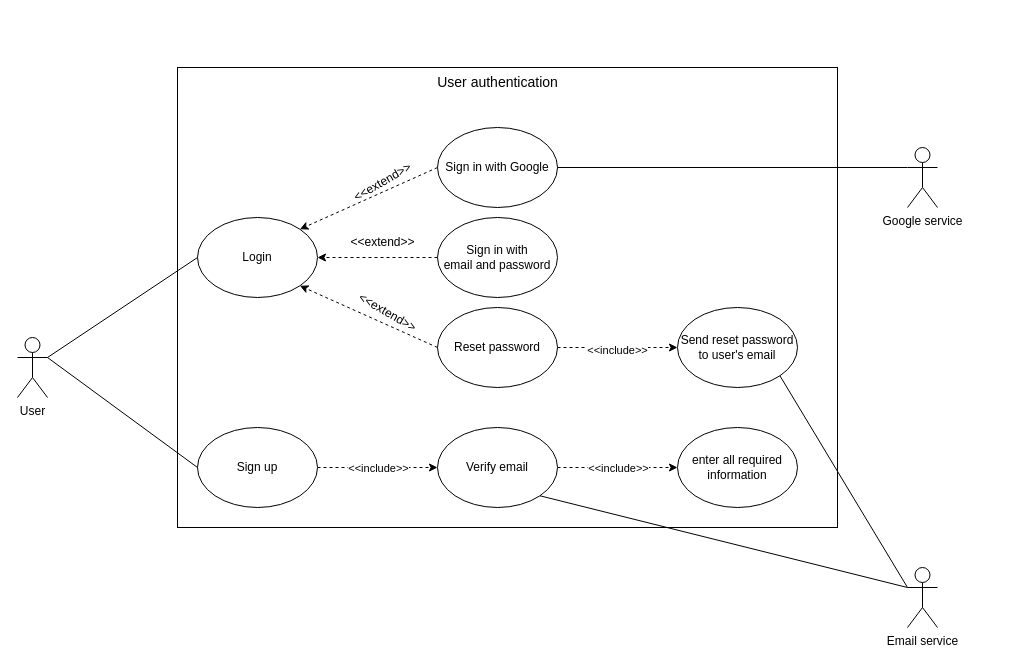
Before: system-design/user-management/user-create-account/user-management.drawio in PhoenixWK/Payap, a draw.io diagram. Source tidied: cells renumbered, new cells numbered last; positions are measured from the earlier drawing's top-left corner, leaving out a move shared by most shapes. Both pictures are drawn from the tidied source at 100%, with x=0, y=0 at pixel (17, 67).
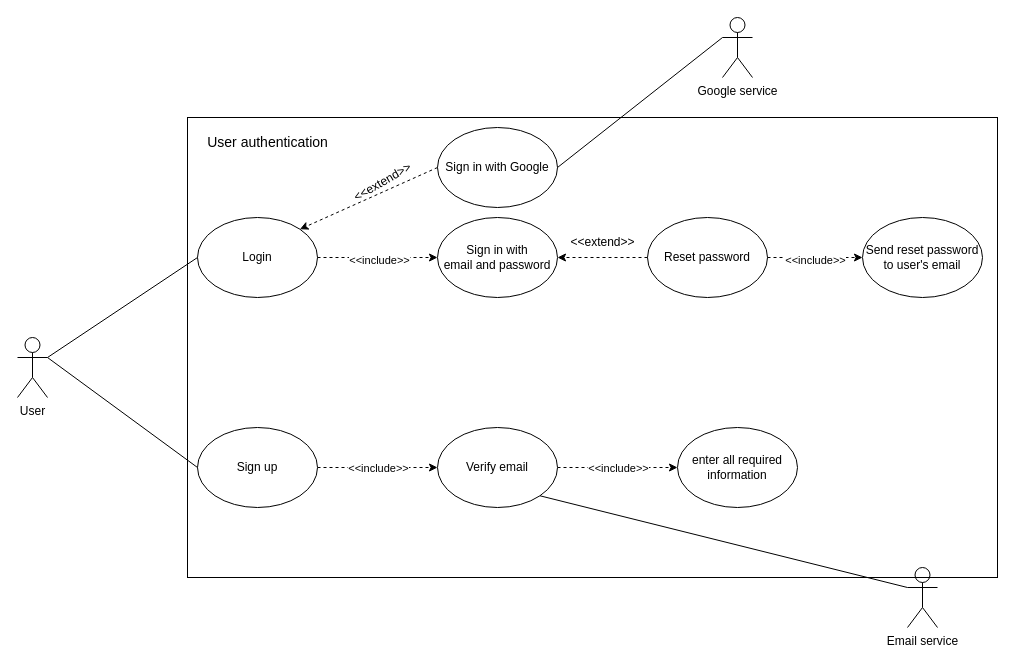
After the change.

The change refers to these unchanged cells:
```xml
<mxCell id="3" value="Login" style="ellipse;whiteSpace=wrap;html=1;" parent="1" vertex="1">
  <mxGeometry x="180" y="150" width="120" height="80" as="geometry" />
</mxCell>
<mxCell id="8" value="Sign in with&lt;div&gt;email and password&lt;/div&gt;" style="ellipse;whiteSpace=wrap;html=1;" parent="1" vertex="1">
  <mxGeometry x="420" y="150" width="120" height="80" as="geometry" />
</mxCell>
<mxCell id="27" value="Email service" style="shape=umlActor;verticalLabelPosition=bottom;verticalAlign=top;html=1;outlineConnect=0;" parent="1" vertex="1">
  <mxGeometry x="890" y="500" width="30" height="60" as="geometry" />
</mxCell>
```

What changed in the source:
```diff
@@
     <mxCell id="9" value="Reset password" style="ellipse;whiteSpace=wrap;html=1;" parent="1" vertex="1">
-      <mxGeometry x="420" y="240" width="120" height="80" as="geometry" />
+      <mxGeometry x="630" y="150" width="120" height="80" as="geometry" />
     </mxCell>
@@
-    <mxCell id="12" style="endArrow=classic;html=1;rounded=0;exitX=0;exitY=0.5;exitDx=0;exitDy=0;entryX=1;entryY=0.5;entryDx=0;entryDy=0;dashed=1;" parent="1" edge="1" source="8" target="3">
-      <mxGeometry relative="1" as="geometry" />
-    </mxCell>
-    <mxCell id="13" value="&amp;lt;&amp;lt;extend&amp;gt;&amp;gt;" style="text;html=1;align=center;verticalAlign=middle;strokeColor=none;fillColor=none;rotation=0;" parent="1" vertex="1">
-      <mxGeometry x="320" y="160" width="90" height="30" as="geometry" />
-    </mxCell>
-    <mxCell id="14" style="endArrow=classic;html=1;rounded=0;exitX=0;exitY=0.5;exitDx=0;exitDy=0;entryX=1;entryY=1;entryDx=0;entryDy=0;dashed=1;" parent="1" edge="1" source="9" target="3">
+    <mxCell id="14" style="endArrow=classic;html=1;rounded=0;exitX=0;exitY=0.5;exitDx=0;exitDy=0;entryX=1;entryY=0.5;entryDx=0;entryDy=0;dashed=1;" parent="1" edge="1" source="9" target="8">
       <mxGeometry relative="1" as="geometry" />
     </mxCell>
-    <mxCell id="15" value="&amp;lt;&amp;lt;extend&amp;gt;&amp;gt;" style="text;html=1;align=center;verticalAlign=middle;strokeColor=none;fillColor=none;rotation=30;" parent="1" vertex="1">
-      <mxGeometry x="325" y="230" width="90" height="30" as="geometry" />
+    <mxCell id="15" value="&amp;lt;&amp;lt;extend&amp;gt;&amp;gt;" style="text;html=1;align=center;verticalAlign=middle;strokeColor=none;fillColor=none;rotation=0;" parent="1" vertex="1">
+      <mxGeometry x="540" y="160" width="90" height="30" as="geometry" />
     </mxCell>
     <mxCell id="16" value="Send reset password&lt;div&gt;to user's email&lt;/div&gt;" style="ellipse;whiteSpace=wrap;html=1;" parent="1" vertex="1">
-      <mxGeometry x="660" y="240" width="120" height="80" as="geometry" />
+      <mxGeometry x="845" y="150" width="120" height="80" as="geometry" />
     </mxCell>
@@
     <mxCell id="25" value="Google service" style="shape=umlActor;verticalLabelPosition=bottom;verticalAlign=top;html=1;outlineConnect=0;" parent="1" vertex="1">
-      <mxGeometry x="890" y="80" width="30" height="60" as="geometry" />
+      <mxGeometry x="705" y="-50" width="30" height="60" as="geometry" />
     </mxCell>
@@
     <mxCell id="29" style="rounded=0;whiteSpace=wrap;html=1;fillColor=none;" parent="1" vertex="1">
-      <mxGeometry x="160" width="660" height="460" as="geometry" />
+      <mxGeometry x="170" y="50" width="810" height="460" as="geometry" />
     </mxCell>
     <mxCell id="30" value="&lt;font style=&quot;font-size: 14px;&quot;&gt;User authentication&lt;/font&gt;" style="text;html=1;align=center;verticalAlign=middle;strokeColor=none;fillColor=none;" parent="1" vertex="1">
-      <mxGeometry x="410" width="140" height="30" as="geometry" />
+      <mxGeometry x="180" y="60" width="140" height="30" as="geometry" />
     </mxCell>
-    <mxCell id="31" style="endArrow=none;html=1;rounded=0;exitX=0;exitY=0.3333333333333333;exitDx=0;exitDy=0;exitPerimeter=0;entryX=1;entryY=1;entryDx=0;entryDy=0;" parent="1" edge="1" source="27" target="16">
-      <mxGeometry relative="1" as="geometry" />
-    </mxCell>
+    <mxCell id="32" style="endArrow=classic;html=1;rounded=0;exitX=1;exitY=0.5;exitDx=0;exitDy=0;entryX=0;entryY=0.5;entryDx=0;entryDy=0;dashed=1;" parent="1" edge="1" source="3" target="8">
+      <mxGeometry relative="1" as="geometry" />
+    </mxCell>
+    <mxCell id="33" value="&amp;lt;&amp;lt;include&amp;gt;&amp;gt;" style="edgeLabel;html=1;align=center;verticalAlign=middle;" parent="32" vertex="1">
+      <mxGeometry x="0.02" y="-2" relative="1" as="geometry" />
+    </mxCell>
```
